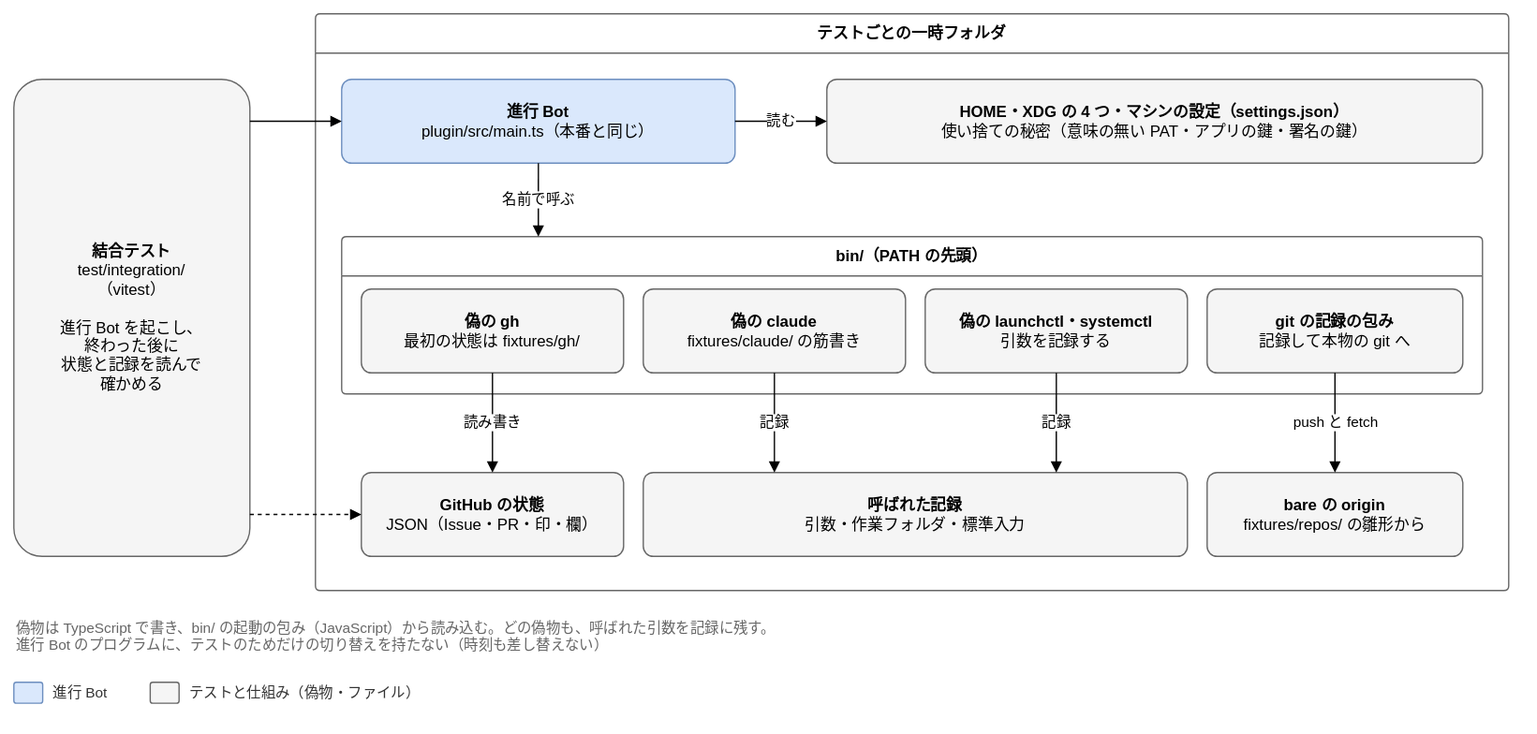
Earlier version of the draw.io export docs/design/basic/diagrams/05-integration.drawio.svg (Joymerrevent/dev-autopilot). Source tidied: cells renumbered, new cells last; positions are measured from the earlier drawing's top-left corner, leaving out a move shared by most shapes.
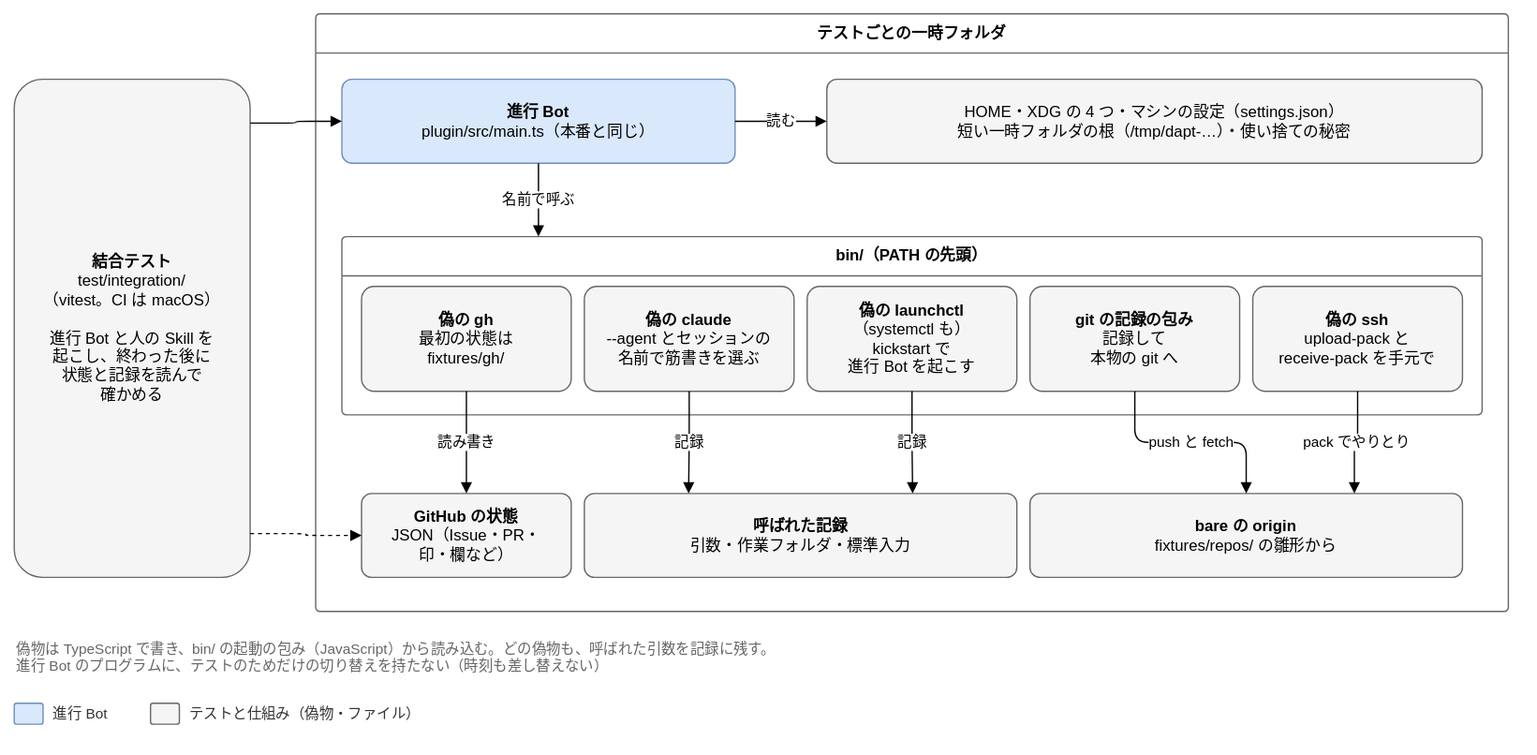
The same file after the commit.

Commit message:
docs: 直した表に合わせて、テストの図を直す

Claude-Session: https://claude.ai/code/session_01X8Kd2Wb1TrYub8Ee3W1tDX

The edit, as a diff of the source:
```diff
@@ -2,41 +2,41 @@
   <root>
     <mxCell id="0" />
     <mxCell id="1" parent="0" />
-    <mxCell id="2" value="&lt;b&gt;結合テスト&lt;/b&gt;&lt;br&gt;test/integration/&lt;br&gt;（vitest）&lt;br&gt;&lt;br&gt;進行 Bot を起こし、&lt;br&gt;終わった後に&lt;br&gt;状態と記録を読んで&lt;br&gt;確かめる" style="rounded=1;whiteSpace=wrap;html=1;fontSize=12;arcSize=12;spacing=12;fillColor=#f5f5f5;strokeColor=#666666;" parent="1" vertex="1">
-      <mxGeometry y="50" width="180" height="364" as="geometry" />
+    <mxCell id="2" value="&lt;b&gt;結合テスト&lt;/b&gt;&lt;br&gt;test/integration/&lt;br&gt;（vitest。CI は macOS）&lt;br&gt;&lt;br&gt;進行 Bot と人の Skill を&lt;br&gt;起こし、終わった後に&lt;br&gt;状態と記録を読んで&lt;br&gt;確かめる" style="rounded=1;whiteSpace=wrap;html=1;fontSize=12;arcSize=12;spacing=12;fillColor=#f5f5f5;strokeColor=#666666;" parent="1" vertex="1">
+      <mxGeometry y="50" width="180" height="380" as="geometry" />
     </mxCell>
     <mxCell id="3" value="テストごとの一時フォルダ" style="swimlane;startSize=30;html=1;whiteSpace=wrap;rounded=1;arcSize=4;fontStyle=1;fontSize=12;strokeColor=#666666;fillColor=none;swimlaneFillColor=none;" parent="1" vertex="1">
-      <mxGeometry x="230" width="910" height="440" as="geometry" />
+      <mxGeometry x="230" width="910" height="456" as="geometry" />
     </mxCell>
     <mxCell id="4" value="&lt;b&gt;進行 Bot&lt;/b&gt;&lt;br&gt;plugin/src/main.ts（本番と同じ）" style="rounded=1;whiteSpace=wrap;html=1;fontSize=12;arcSize=12;spacing=12;fillColor=#dae8fc;strokeColor=#6c8ebf;" parent="1" vertex="1">
       <mxGeometry x="250" y="50" width="300" height="64" as="geometry" />
     </mxCell>
-    <mxCell id="5" value="&lt;b&gt;HOME・XDG の 4 つ・マシンの設定（settings.json）&lt;/b&gt;&lt;br&gt;使い捨ての秘密（意味の無い PAT・アプリの鍵・署名の鍵）" style="rounded=1;whiteSpace=wrap;html=1;fontSize=12;arcSize=12;spacing=12;fillColor=#f5f5f5;strokeColor=#666666;" parent="1" vertex="1">
+    <mxCell id="5" value="HOME・XDG の 4 つ・マシンの設定（settings.json）&lt;br&gt;短い一時フォルダの根（/tmp/dapt-…）・使い捨ての秘密" style="rounded=1;whiteSpace=wrap;html=1;fontSize=12;arcSize=12;spacing=12;fillColor=#f5f5f5;strokeColor=#666666;" parent="1" vertex="1">
       <mxGeometry x="620" y="50" width="500" height="64" as="geometry" />
     </mxCell>
     <mxCell id="6" value="bin/（PATH の先頭）" style="swimlane;startSize=30;html=1;whiteSpace=wrap;rounded=1;arcSize=4;fontStyle=1;fontSize=12;strokeColor=#666666;fillColor=none;swimlaneFillColor=none;" parent="1" vertex="1">
-      <mxGeometry x="250" y="170" width="870" height="120" as="geometry" />
+      <mxGeometry x="250" y="170" width="870" height="136" as="geometry" />
     </mxCell>
-    <mxCell id="7" value="&lt;b&gt;偽の gh&lt;/b&gt;&lt;br&gt;最初の状態は fixtures/gh/" style="rounded=1;whiteSpace=wrap;html=1;fontSize=12;arcSize=12;spacing=12;fillColor=#f5f5f5;strokeColor=#666666;" parent="1" vertex="1">
-      <mxGeometry x="265" y="210" width="200" height="64" as="geometry" />
+    <mxCell id="7" value="&lt;b&gt;偽の gh&lt;/b&gt;&lt;br&gt;最初の状態は&lt;br&gt;fixtures/gh/" style="rounded=1;whiteSpace=wrap;html=1;fontSize=12;arcSize=12;spacing=12;fillColor=#f5f5f5;strokeColor=#666666;" parent="1" vertex="1">
+      <mxGeometry x="265" y="208" width="160" height="80" as="geometry" />
     </mxCell>
-    <mxCell id="8" value="&lt;b&gt;偽の claude&lt;/b&gt;&lt;br&gt;fixtures/claude/ の筋書き" style="rounded=1;whiteSpace=wrap;html=1;fontSize=12;arcSize=12;spacing=12;fillColor=#f5f5f5;strokeColor=#666666;" parent="1" vertex="1">
-      <mxGeometry x="480" y="210" width="200" height="64" as="geometry" />
+    <mxCell id="8" value="&lt;b&gt;偽の claude&lt;/b&gt;&lt;br&gt;--agent とセッションの&lt;br&gt;名前で筋書きを選ぶ" style="rounded=1;whiteSpace=wrap;html=1;fontSize=12;arcSize=12;spacing=12;fillColor=#f5f5f5;strokeColor=#666666;" parent="1" vertex="1">
+      <mxGeometry x="435" y="208" width="160" height="80" as="geometry" />
     </mxCell>
-    <mxCell id="9" value="&lt;b&gt;偽の launchctl・systemctl&lt;/b&gt;&lt;br&gt;引数を記録する" style="rounded=1;whiteSpace=wrap;html=1;fontSize=12;arcSize=12;spacing=12;fillColor=#f5f5f5;strokeColor=#666666;" parent="1" vertex="1">
-      <mxGeometry x="695" y="210" width="200" height="64" as="geometry" />
+    <mxCell id="9" value="&lt;b&gt;偽の launchctl&lt;/b&gt;&lt;br&gt;（systemctl も）&lt;br&gt;kickstart で&lt;br&gt;進行 Bot を起こす" style="rounded=1;whiteSpace=wrap;html=1;fontSize=12;arcSize=12;spacing=12;fillColor=#f5f5f5;strokeColor=#666666;" parent="1" vertex="1">
+      <mxGeometry x="605" y="208" width="160" height="80" as="geometry" />
     </mxCell>
-    <mxCell id="10" value="&lt;b&gt;git の記録の包み&lt;/b&gt;&lt;br&gt;記録して本物の git へ" style="rounded=1;whiteSpace=wrap;html=1;fontSize=12;arcSize=12;spacing=12;fillColor=#f5f5f5;strokeColor=#666666;" parent="1" vertex="1">
-      <mxGeometry x="910" y="210" width="195" height="64" as="geometry" />
+    <mxCell id="10" value="&lt;b&gt;git の記録の包み&lt;/b&gt;&lt;br&gt;記録して&lt;br&gt;本物の git へ" style="rounded=1;whiteSpace=wrap;html=1;fontSize=12;arcSize=12;spacing=12;fillColor=#f5f5f5;strokeColor=#666666;" parent="1" vertex="1">
+      <mxGeometry x="775" y="208" width="160" height="80" as="geometry" />
     </mxCell>
-    <mxCell id="11" value="&lt;b&gt;GitHub の状態&lt;/b&gt;&lt;br&gt;JSON（Issue・PR・印・欄）" style="rounded=1;whiteSpace=wrap;html=1;fontSize=12;arcSize=12;spacing=12;fillColor=#f5f5f5;strokeColor=#666666;" parent="1" vertex="1">
-      <mxGeometry x="265" y="350" width="200" height="64" as="geometry" />
+    <mxCell id="11" value="&lt;b&gt;GitHub の状態&lt;/b&gt;&lt;br&gt;JSON（Issue・PR・&lt;br&gt;印・欄など）" style="rounded=1;whiteSpace=wrap;html=1;fontSize=12;arcSize=12;spacing=12;fillColor=#f5f5f5;strokeColor=#666666;" parent="1" vertex="1">
+      <mxGeometry x="265" y="366" width="160" height="64" as="geometry" />
     </mxCell>
     <mxCell id="12" value="&lt;b&gt;呼ばれた記録&lt;/b&gt;&lt;br&gt;引数・作業フォルダ・標準入力" style="rounded=1;whiteSpace=wrap;html=1;fontSize=12;arcSize=12;spacing=12;fillColor=#f5f5f5;strokeColor=#666666;" parent="1" vertex="1">
-      <mxGeometry x="480" y="350" width="415" height="64" as="geometry" />
+      <mxGeometry x="435" y="366" width="330" height="64" as="geometry" />
     </mxCell>
     <mxCell id="13" value="&lt;b&gt;bare の origin&lt;/b&gt;&lt;br&gt;fixtures/repos/ の雛形から" style="rounded=1;whiteSpace=wrap;html=1;fontSize=12;arcSize=12;spacing=12;fillColor=#f5f5f5;strokeColor=#666666;" parent="1" vertex="1">
-      <mxGeometry x="910" y="350" width="195" height="64" as="geometry" />
+      <mxGeometry x="775" y="366" width="330" height="64" as="geometry" />
     </mxCell>
     <mxCell id="14" style="edgeStyle=orthogonalEdgeStyle;rounded=1;html=1;endArrow=block;endFill=1;fontSize=11;labelBackgroundColor=#ffffff;exitX=1;exitY=0.0879;exitDx=0;exitDy=0;entryX=0;entryY=0.5;entryDx=0;entryDy=0;" parent="1" edge="1" source="2" target="4">
       <mxGeometry relative="1" as="geometry" />
@@ -63,19 +63,25 @@
       <mxGeometry relative="1" as="geometry" />
     </mxCell>
     <mxCell id="22" value="偽物は TypeScript で書き、bin/ の起動の包み（JavaScript）から読み込む。どの偽物も、呼ばれた引数を記録に残す。&lt;br&gt;進行 Bot のプログラムに、テストのためだけの切り替えを持たない（時刻も差し替えない）" style="text;html=1;whiteSpace=wrap;align=left;verticalAlign=top;fontSize=11;fontColor=#666666;" parent="1" vertex="1">
-      <mxGeometry y="456" width="1140" height="36" as="geometry" />
+      <mxGeometry y="472" width="1140" height="36" as="geometry" />
     </mxCell>
     <mxCell id="23" style="rounded=1;whiteSpace=wrap;html=1;fontSize=12;arcSize=12;spacing=12;fillColor=#dae8fc;strokeColor=#6c8ebf;" parent="1" vertex="1">
-      <mxGeometry y="510" width="22" height="16" as="geometry" />
+      <mxGeometry y="526" width="22" height="16" as="geometry" />
     </mxCell>
     <mxCell id="24" value="進行 Bot" style="text;html=1;align=left;verticalAlign=middle;fontSize=11;fontColor=#333333;" parent="1" vertex="1">
-      <mxGeometry x="28" y="508" width="60" height="20" as="geometry" />
+      <mxGeometry x="28" y="524" width="60" height="20" as="geometry" />
     </mxCell>
     <mxCell id="25" style="rounded=1;whiteSpace=wrap;html=1;fontSize=12;arcSize=12;spacing=12;fillColor=#f5f5f5;strokeColor=#666666;" parent="1" vertex="1">
-      <mxGeometry x="104" y="510" width="22" height="16" as="geometry" />
+      <mxGeometry x="104" y="526" width="22" height="16" as="geometry" />
     </mxCell>
     <mxCell id="26" value="テストと仕組み（偽物・ファイル）" style="text;html=1;align=left;verticalAlign=middle;fontSize=11;fontColor=#333333;" parent="1" vertex="1">
-      <mxGeometry x="132" y="508" width="200" height="20" as="geometry" />
+      <mxGeometry x="132" y="524" width="200" height="20" as="geometry" />
     </mxCell>
+    <mxCell id="27" value="&lt;b&gt;偽の ssh&lt;/b&gt;&lt;br&gt;upload-pack と&lt;br&gt;receive-pack を手元で" style="rounded=1;whiteSpace=wrap;html=1;fontSize=12;arcSize=12;spacing=12;fillColor=#f5f5f5;strokeColor=#666666;" parent="1" vertex="1">
+      <mxGeometry x="945" y="208" width="160" height="80" as="geometry" />
+    </mxCell>
+    <mxCell id="28" value="pack でやりとり" style="edgeStyle=orthogonalEdgeStyle;rounded=1;html=1;endArrow=block;endFill=1;fontSize=11;labelBackgroundColor=#ffffff;exitX=0.5;exitY=1;exitDx=0;exitDy=0;entryX=0.75;entryY=0;entryDx=0;entryDy=0;" parent="1" edge="1" source="27" target="13">
+      <mxGeometry relative="1" as="geometry" />
+    </mxCell>
   </root>
 </mxGraphModel>
```
